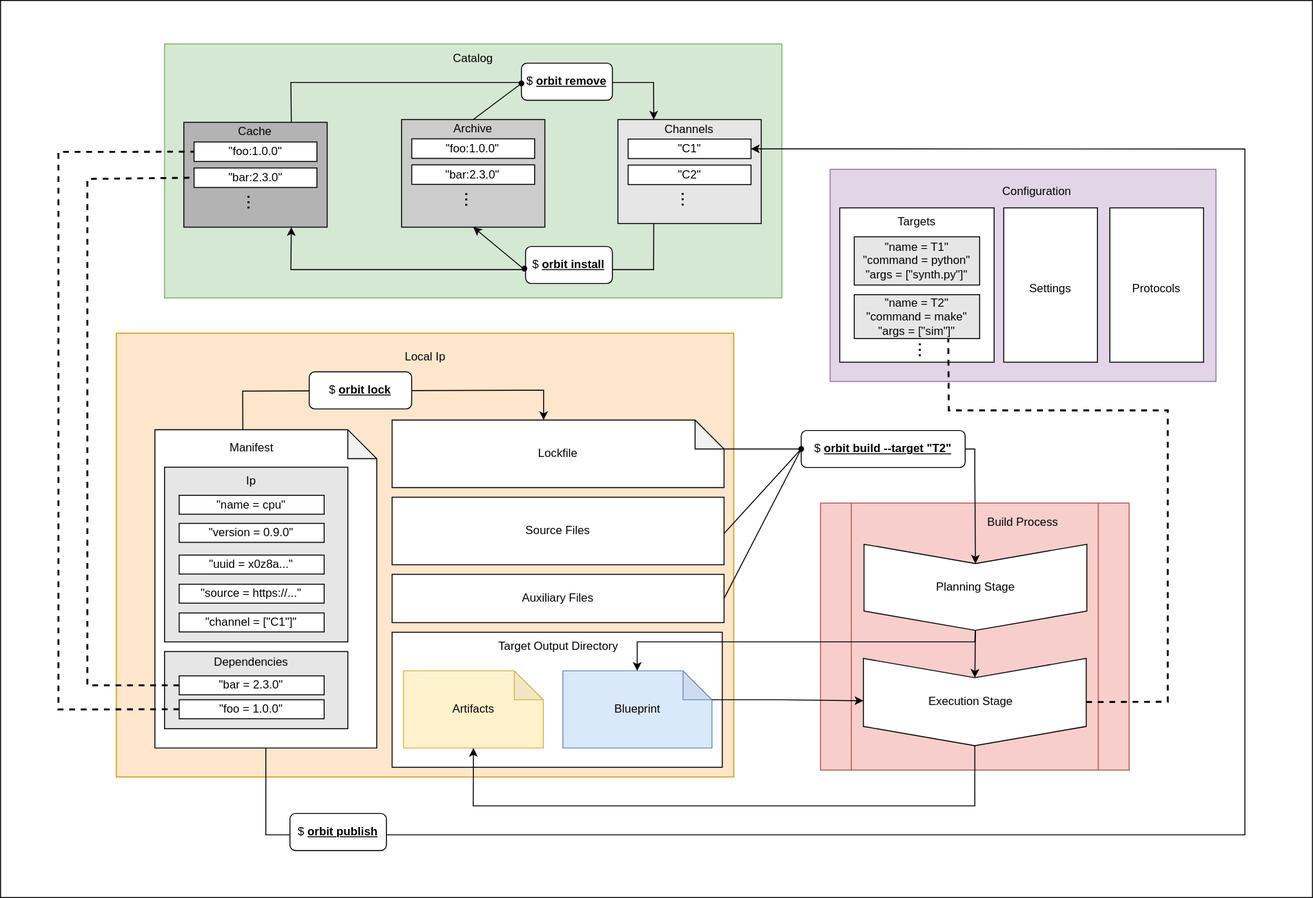
Earlier version of the draw.io export docs/src/images/architecture.svg (chaseruskin/orbit). Source tidied: cells renumbered, new cells last; positions are measured from the earlier drawing's top-left corner, leaving out a move shared by most shapes.
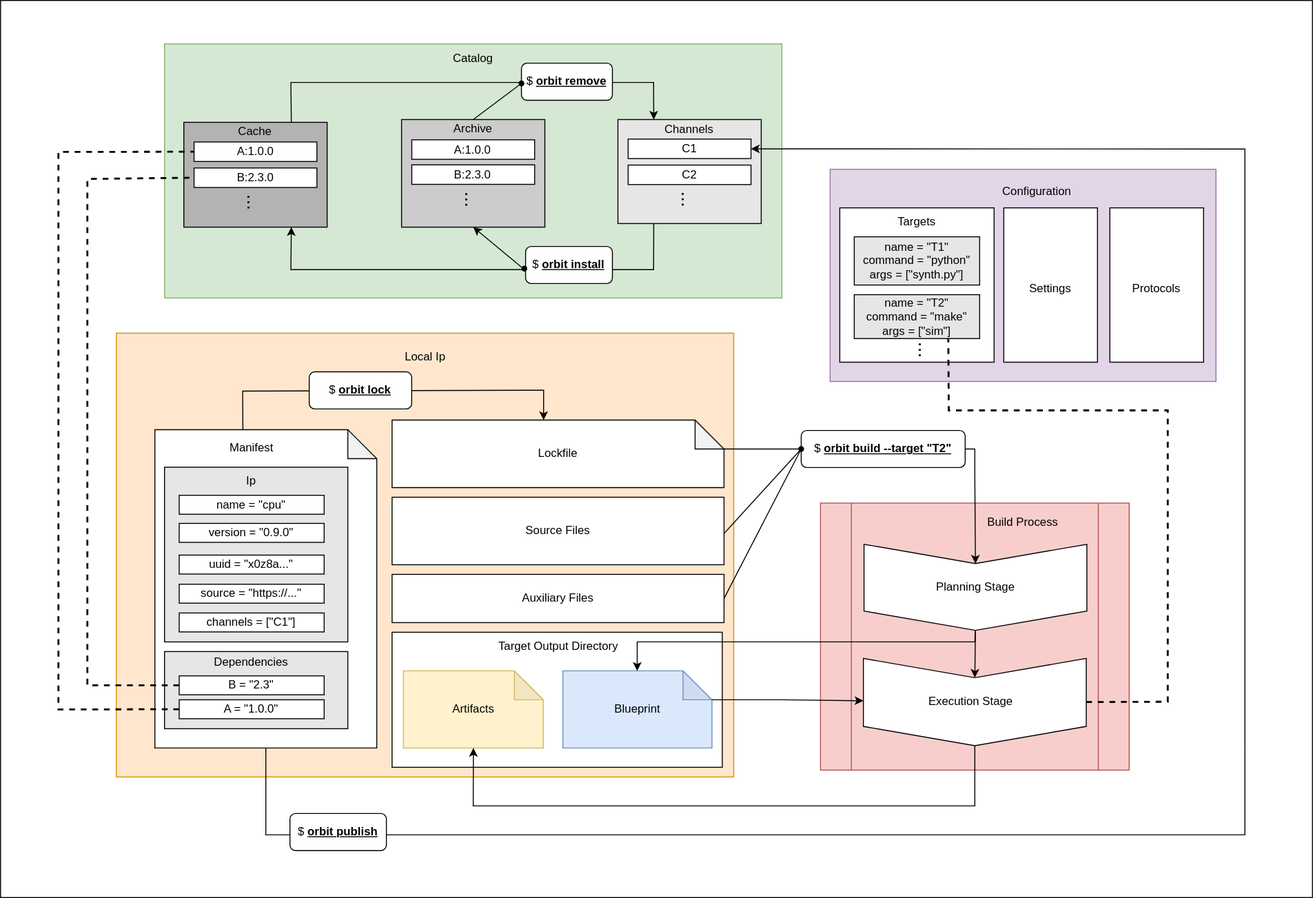
Later version of the same file.

Commit message:
Adds ip management diagram

Change to the diagram source:
```diff
@@ -47,10 +47,10 @@
     <mxCell id="16" value="Manifest" style="text;html=1;strokeColor=none;fillColor=none;align=center;verticalAlign=middle;whiteSpace=wrap;rounded=0;fontSize=12;" parent="13" vertex="1">
       <mxGeometry x="64.9" y="9.7" width="70.8" height="19.4" as="geometry" />
     </mxCell>
-    <mxCell id="17" value="&quot;foo = 1.0.0&quot;" style="rounded=0;whiteSpace=wrap;html=1;gradientColor=none;fillColor=#FFFFFF;" parent="13" vertex="1">
+    <mxCell id="17" value="A = &quot;1.0.0&quot;" style="rounded=0;whiteSpace=wrap;html=1;gradientColor=none;fillColor=#FFFFFF;" parent="13" vertex="1">
       <mxGeometry x="25.2" y="280" width="150.3" height="19.6" as="geometry" />
     </mxCell>
-    <mxCell id="18" value="&quot;bar = 2.3.0&quot;" style="rounded=0;whiteSpace=wrap;html=1;gradientColor=none;fillColor=#FFFFFF;" parent="13" vertex="1">
+    <mxCell id="18" value="B = &quot;2.3&quot;" style="rounded=0;whiteSpace=wrap;html=1;gradientColor=none;fillColor=#FFFFFF;" parent="13" vertex="1">
       <mxGeometry x="25.2" y="255.2" width="150.3" height="19.6" as="geometry" />
     </mxCell>
     <mxCell id="19" style="rounded=0;whiteSpace=wrap;html=1;fontSize=12;fillColor=#E6E6E6;" parent="13" vertex="1">
@@ -62,19 +62,19 @@
     <mxCell id="21" value="Ip" style="text;html=1;strokeColor=none;fillColor=none;align=center;verticalAlign=middle;whiteSpace=wrap;rounded=0;fontSize=12;" parent="13" vertex="1">
       <mxGeometry x="70.3" y="38.9" width="60" height="29.1" as="geometry" />
     </mxCell>
-    <mxCell id="22" value="&quot;name = cpu&quot;" style="rounded=0;whiteSpace=wrap;html=1;fillColor=#FFFFFF;" parent="13" vertex="1">
+    <mxCell id="22" value="name = &quot;cpu&quot;" style="rounded=0;whiteSpace=wrap;html=1;fillColor=#FFFFFF;" parent="13" vertex="1">
       <mxGeometry x="25.2" y="68" width="150.3" height="19.6" as="geometry" />
     </mxCell>
-    <mxCell id="23" value="&quot;version = 0.9.0&quot;" style="rounded=0;whiteSpace=wrap;html=1;fillColor=#FFFFFF;" parent="13" vertex="1">
+    <mxCell id="23" value="version = &quot;0.9.0&quot;" style="rounded=0;whiteSpace=wrap;html=1;fillColor=#FFFFFF;" parent="13" vertex="1">
       <mxGeometry x="25.2" y="97.1" width="150.3" height="19.6" as="geometry" />
     </mxCell>
-    <mxCell id="24" value="&quot;source = https://...&quot;" style="rounded=0;whiteSpace=wrap;html=1;fillColor=#FFFFFF;" parent="13" vertex="1">
+    <mxCell id="24" value="source = &quot;https://...&quot;" style="rounded=0;whiteSpace=wrap;html=1;fillColor=#FFFFFF;" parent="13" vertex="1">
       <mxGeometry x="25.2" y="160.2" width="150.3" height="19.6" as="geometry" />
     </mxCell>
-    <mxCell id="25" value="&quot;channel = [&quot;C1&quot;]&quot;" style="rounded=0;whiteSpace=wrap;html=1;fillColor=#FFFFFF;" parent="13" vertex="1">
+    <mxCell id="25" value="channels = [&quot;C1&quot;]" style="rounded=0;whiteSpace=wrap;html=1;fillColor=#FFFFFF;" parent="13" vertex="1">
       <mxGeometry x="25.2" y="190" width="150.3" height="19.6" as="geometry" />
     </mxCell>
-    <mxCell id="26" value="&quot;uuid = x0z8a...&quot;" style="rounded=0;whiteSpace=wrap;html=1;fillColor=#FFFFFF;" parent="13" vertex="1">
+    <mxCell id="26" value="uuid = &quot;x0z8a...&quot;" style="rounded=0;whiteSpace=wrap;html=1;fillColor=#FFFFFF;" parent="13" vertex="1">
       <mxGeometry x="25.2" y="130" width="150.3" height="19.6" as="geometry" />
     </mxCell>
     <mxCell id="27" style="endArrow=classic;html=1;rounded=0;fontSize=12;exitX=0;exitY=0;exitDx=91.23000000000002;exitDy=0;exitPerimeter=0;entryX=0;entryY=0;entryDx=157.05;entryDy=0;entryPerimeter=0;" parent="4" edge="1" source="14" target="11">
@@ -103,10 +103,10 @@
     <mxCell id="33" style="rounded=0;whiteSpace=wrap;html=1;fillStyle=solid;fillColor=#E6E6E6;" parent="32" vertex="1">
       <mxGeometry width="148.6" height="107.8" as="geometry" />
     </mxCell>
-    <mxCell id="34" value="&quot;C1&quot;" style="rounded=0;whiteSpace=wrap;html=1;fillColor=#FFFFFF;" parent="32" vertex="1">
+    <mxCell id="34" value="C1" style="rounded=0;whiteSpace=wrap;html=1;fillColor=#FFFFFF;" parent="32" vertex="1">
       <mxGeometry x="10.6" y="20.2" width="127.3" height="20.2" as="geometry" />
     </mxCell>
-    <mxCell id="35" value="&quot;C2&quot;" style="rounded=0;whiteSpace=wrap;html=1;fillColor=#FFFFFF;" parent="32" vertex="1">
+    <mxCell id="35" value="C2" style="rounded=0;whiteSpace=wrap;html=1;fillColor=#FFFFFF;" parent="32" vertex="1">
       <mxGeometry x="10.6" y="47.2" width="127.3" height="20.2" as="geometry" />
     </mxCell>
     <mxCell id="36" value="Channels" style="text;html=1;strokeColor=none;fillColor=none;align=center;verticalAlign=middle;whiteSpace=wrap;rounded=0;" parent="32" vertex="1">
@@ -135,10 +135,10 @@
     <mxCell id="42" value="Cache" style="text;html=1;strokeColor=none;fillColor=none;align=center;verticalAlign=middle;whiteSpace=wrap;rounded=0;" parent="40" vertex="1">
       <mxGeometry x="42.4" width="63.7" height="20.4" as="geometry" />
     </mxCell>
-    <mxCell id="43" value="&quot;foo:1.0.0&quot;" style="rounded=0;whiteSpace=wrap;html=1;fillColor=light-dark(#FFFFFF,#FFFFFF);" parent="40" vertex="1">
+    <mxCell id="43" value="A:1.0.0" style="rounded=0;whiteSpace=wrap;html=1;fillColor=light-dark(#FFFFFF,#FFFFFF);" parent="40" vertex="1">
       <mxGeometry x="10.6" y="20.4" width="127.3" height="20.2" as="geometry" />
     </mxCell>
-    <mxCell id="44" value="&quot;bar:2.3.0&quot;" style="rounded=0;whiteSpace=wrap;html=1;fillColor=light-dark(#FFFFFF,#FFFFFF);" parent="40" vertex="1">
+    <mxCell id="44" value="B:2.3.0" style="rounded=0;whiteSpace=wrap;html=1;fillColor=light-dark(#FFFFFF,#FFFFFF);" parent="40" vertex="1">
       <mxGeometry x="10.6" y="47.3" width="127.3" height="20.2" as="geometry" />
     </mxCell>
     <mxCell id="45" value="&lt;font style=&quot;font-size: 20px;&quot;&gt;...&lt;/font&gt;" style="text;html=1;strokeColor=none;fillColor=none;align=center;verticalAlign=middle;whiteSpace=wrap;rounded=0;rotation=90;" parent="40" vertex="1">
@@ -153,10 +153,10 @@
     <mxCell id="48" value="Archive" style="text;html=1;strokeColor=none;fillColor=none;align=center;verticalAlign=middle;whiteSpace=wrap;rounded=0;" parent="46" vertex="1">
       <mxGeometry x="49.3" y="-0.9" width="50" height="20.9" as="geometry" />
     </mxCell>
-    <mxCell id="49" value="&quot;foo:1.0.0&quot;" style="rounded=0;whiteSpace=wrap;html=1;fillColor=#FFFFFF;" parent="46" vertex="1">
-      <mxGeometry x="10.6" y="20" width="127.3" height="20.2" as="geometry" />
+    <mxCell id="49" value="A:1.0.0" style="rounded=0;whiteSpace=wrap;html=1;fillColor=#FFFFFF;" parent="46" vertex="1">
+      <mxGeometry x="10.6" y="21" width="127.3" height="20.2" as="geometry" />
     </mxCell>
-    <mxCell id="50" value="&quot;bar:2.3.0&quot;" style="rounded=0;whiteSpace=wrap;html=1;fillColor=#FFFFFF;" parent="46" vertex="1">
+    <mxCell id="50" value="B:2.3.0" style="rounded=0;whiteSpace=wrap;html=1;fillColor=#FFFFFF;" parent="46" vertex="1">
       <mxGeometry x="10.6" y="47" width="127.3" height="20.2" as="geometry" />
     </mxCell>
     <mxCell id="51" value="&lt;font style=&quot;font-size: 20px;&quot;&gt;...&lt;/font&gt;" style="text;html=1;strokeColor=none;fillColor=none;align=center;verticalAlign=middle;whiteSpace=wrap;rounded=0;rotation=90;" parent="46" vertex="1">
@@ -211,10 +211,10 @@
     <mxCell id="65" value="Targets" style="text;html=1;strokeColor=none;fillColor=none;align=center;verticalAlign=middle;whiteSpace=wrap;rounded=0;fontSize=12;" parent="59" vertex="1">
       <mxGeometry x="60" y="40" width="60" height="30" as="geometry" />
     </mxCell>
-    <mxCell id="66" value="&quot;name = T1&quot;&lt;br&gt;&quot;command = python&quot;&lt;br&gt;&quot;args = [&quot;synth.py&quot;]&quot;" style="rounded=0;whiteSpace=wrap;html=1;fontSize=12;fillColor=#E6E6E6;" parent="59" vertex="1">
+    <mxCell id="66" value="name = &quot;T1&quot;&lt;br&gt;command = &quot;python&quot;&lt;br&gt;args = [&quot;synth.py&quot;]" style="rounded=0;whiteSpace=wrap;html=1;fontSize=12;fillColor=#E6E6E6;" parent="59" vertex="1">
       <mxGeometry x="25" y="70" width="130" height="50" as="geometry" />
     </mxCell>
-    <mxCell id="67" value="&quot;name = T2&quot;&lt;br&gt;&quot;command = make&quot;&lt;br&gt;&quot;args = [&quot;sim&quot;]&quot;" style="rounded=0;whiteSpace=wrap;html=1;fontSize=12;fillColor=#E6E6E6;" parent="59" vertex="1">
+    <mxCell id="67" value="name = &quot;T2&quot;&lt;br&gt;command = &quot;make&quot;&lt;br&gt;args = [&quot;sim&quot;]" style="rounded=0;whiteSpace=wrap;html=1;fontSize=12;fillColor=#E6E6E6;" parent="59" vertex="1">
       <mxGeometry x="25" y="130" width="130" height="45.5" as="geometry" />
     </mxCell>
     <mxCell id="68" value="&lt;font style=&quot;font-size: 20px;&quot;&gt;...&lt;/font&gt;" style="text;html=1;strokeColor=none;fillColor=none;align=center;verticalAlign=middle;whiteSpace=wrap;rounded=0;rotation=90;" parent="59" vertex="1">
```
